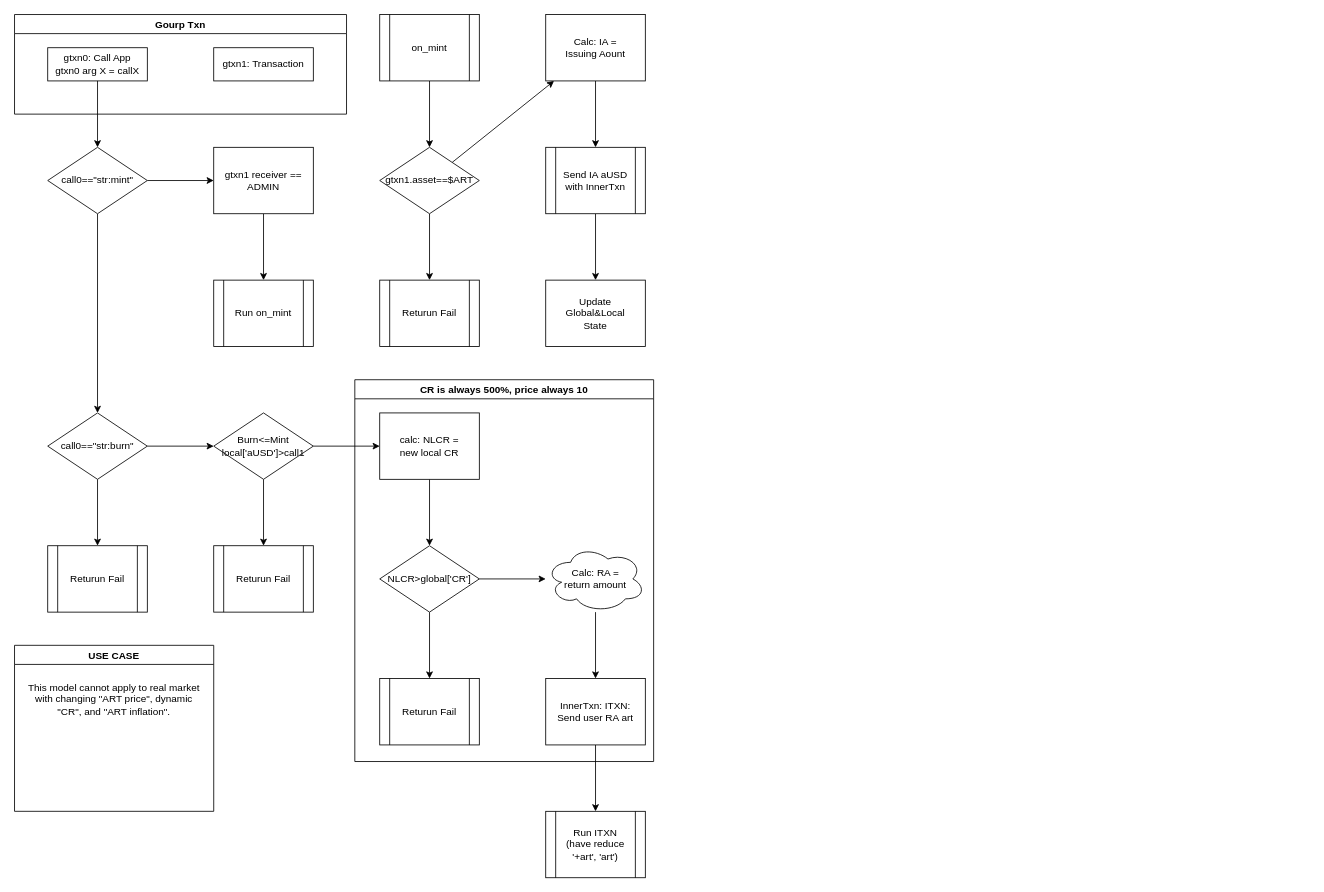
The draw.io diagram docs/algorand-art-mint-SC.drawio in Artcoin-Network/artificial-algorand-contract, before the edit. Source tidied: cells renumbered, new cells numbered last; positions are measured from the earlier drawing's top-left corner, leaving out a move shared by most shapes. Both pictures are drawn from the tidied source at 83%, with x=0, y=0 at pixel (14, 14).
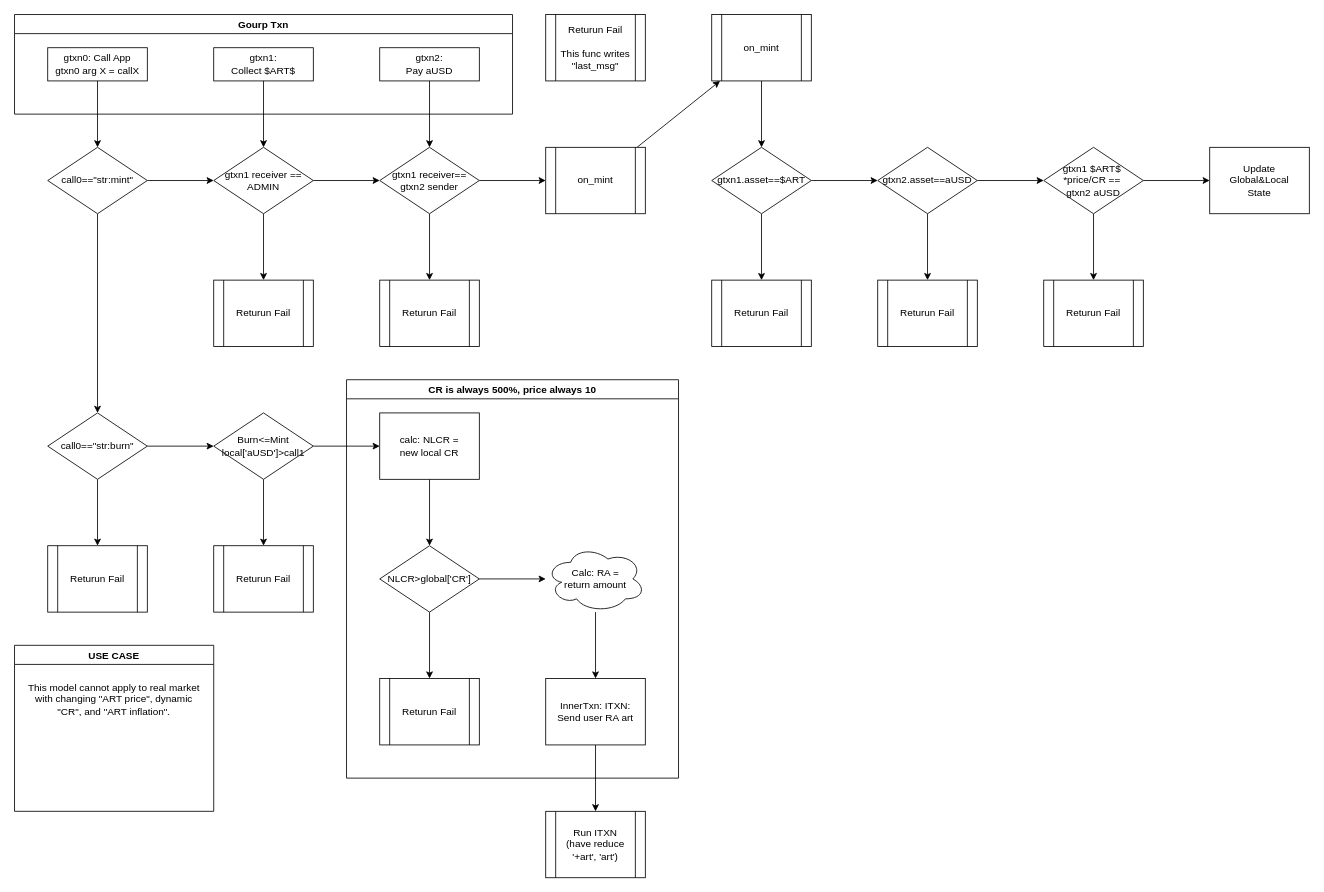
The same page after the edit.

Commit message:
docs: new CS design w/ 3 Txn

Diff of the diagram source:
```diff
@@
     <mxCell id="2" value="Gourp Txn" style="swimlane;" parent="1" vertex="1">
-      <mxGeometry width="400" height="120" as="geometry" />
+      <mxGeometry width="600" height="120" as="geometry" />
     </mxCell>
@@
-    <mxCell id="4" value="gtxn1: Transaction" style="rounded=0;whiteSpace=wrap;html=1;" parent="2" vertex="1">
+    <mxCell id="4" value="gtxn1:&lt;br&gt;Collect $ART$" style="rounded=0;whiteSpace=wrap;html=1;" parent="2" vertex="1">
       <mxGeometry x="240" y="40" width="120" height="40" as="geometry" />
     </mxCell>
+    <mxCell id="45" value="gtxn2:&lt;br&gt;Pay aUSD" style="rounded=0;whiteSpace=wrap;html=1;" parent="2" vertex="1">
+      <mxGeometry x="440" y="40" width="120" height="40" as="geometry" />
+    </mxCell>
@@
-    <mxCell id="12" value="Run on_mint" style="shape=process;whiteSpace=wrap;html=1;backgroundOutline=1;" parent="1" vertex="1">
+    <mxCell id="12" value="Returun Fail" style="shape=process;whiteSpace=wrap;html=1;backgroundOutline=1;" parent="1" vertex="1">
       <mxGeometry x="240" y="320" width="120" height="80" as="geometry" />
     </mxCell>
@@
     <mxCell id="31" value="CR is always 500%, price always 10" style="swimlane;" parent="1" vertex="1">
-      <mxGeometry x="410" y="440" width="360" height="460" as="geometry" />
+      <mxGeometry x="400" y="440" width="400" height="480" as="geometry" />
     </mxCell>
@@
     <mxCell id="33" value="on_mint" style="shape=process;whiteSpace=wrap;html=1;backgroundOutline=1;" parent="1" vertex="1">
-      <mxGeometry x="440" width="120" height="80" as="geometry" />
+      <mxGeometry x="840" width="120" height="80" as="geometry" />
     </mxCell>
-    <mxCell id="34" style="edgeStyle=none;html=1;" parent="1" edge="1" source="36" target="41">
-      <mxGeometry relative="1" as="geometry" />
-    </mxCell>
@@
+    <mxCell id="46" style="edgeStyle=none;html=1;" parent="1" edge="1" source="36" target="57">
+      <mxGeometry relative="1" as="geometry" />
+    </mxCell>
     <mxCell id="36" value="&lt;span&gt;gtxn1.asset==$ART&lt;/span&gt;" style="rhombus;whiteSpace=wrap;html=1;" parent="1" vertex="1">
-      <mxGeometry x="440" y="160" width="120" height="80" as="geometry" />
+      <mxGeometry x="840" y="160" width="120" height="80" as="geometry" />
     </mxCell>
     <mxCell id="37" value="Returun Fail" style="shape=process;whiteSpace=wrap;html=1;backgroundOutline=1;" parent="1" vertex="1">
-      <mxGeometry x="440" y="320" width="120" height="80" as="geometry" />
+      <mxGeometry x="840" y="320" width="120" height="80" as="geometry" />
     </mxCell>
-    <mxCell id="38" style="edgeStyle=none;html=1;" parent="1" edge="1" source="39" target="42">
-      <mxGeometry relative="1" as="geometry" />
-    </mxCell>
-    <mxCell id="39" value="Send IA aUSD with InnerTxn" style="shape=process;whiteSpace=wrap;html=1;backgroundOutline=1;" parent="1" vertex="1">
-      <mxGeometry x="640" y="160" width="120" height="80" as="geometry" />
-    </mxCell>
-    <mxCell id="40" style="edgeStyle=none;html=1;" parent="1" edge="1" source="41" target="39">
-      <mxGeometry relative="1" as="geometry" />
-    </mxCell>
-    <mxCell id="41" value="Calc: IA =&lt;br&gt;Issuing Aount" style="rounded=0;whiteSpace=wrap;html=1;" parent="1" vertex="1">
-      <mxGeometry x="640" width="120" height="80" as="geometry" />
-    </mxCell>
     <mxCell id="42" value="Update&lt;br&gt;Global&amp;amp;Local&lt;br&gt;State" style="rounded=0;whiteSpace=wrap;html=1;" parent="1" vertex="1">
-      <mxGeometry x="640" y="320" width="120" height="80" as="geometry" />
+      <mxGeometry x="1440" y="160" width="120" height="80" as="geometry" />
     </mxCell>
@@
+    <mxCell id="47" style="edgeStyle=none;html=1;" parent="1" edge="1" source="44" target="50">
+      <mxGeometry relative="1" as="geometry" />
+    </mxCell>
-    <mxCell id="44" value="gtxn1 receiver ==&lt;br&gt;ADMIN" style="rounded=0;whiteSpace=wrap;html=1;" parent="1" vertex="1">
+    <mxCell id="44" value="&lt;span&gt;gtxn1 receiver ==&lt;/span&gt;&lt;br&gt;&lt;span&gt;ADMIN&lt;/span&gt;" style="rhombus;whiteSpace=wrap;html=1;" parent="1" vertex="1">
       <mxGeometry x="240" y="160" width="120" height="80" as="geometry" />
     </mxCell>
+    <mxCell id="48" style="edgeStyle=none;html=1;" parent="1" edge="1" source="50" target="52">
+      <mxGeometry relative="1" as="geometry" />
+    </mxCell>
+    <mxCell id="49" style="edgeStyle=none;html=1;" parent="1" edge="1" source="50" target="54">
+      <mxGeometry relative="1" as="geometry" />
+    </mxCell>
+    <mxCell id="50" value="gtxn1 receiver==&lt;br&gt;gtxn2 sender" style="rhombus;whiteSpace=wrap;html=1;" parent="1" vertex="1">
+      <mxGeometry x="440" y="160" width="120" height="80" as="geometry" />
+    </mxCell>
+    <mxCell id="51" value="Returun Fail&lt;br&gt;&lt;br&gt;This func writes &quot;last_msg&quot;" style="shape=process;whiteSpace=wrap;html=1;backgroundOutline=1;" parent="1" vertex="1">
+      <mxGeometry x="640" width="120" height="80" as="geometry" />
+    </mxCell>
+    <mxCell id="52" value="Returun Fail" style="shape=process;whiteSpace=wrap;html=1;backgroundOutline=1;" parent="1" vertex="1">
+      <mxGeometry x="440" y="320" width="120" height="80" as="geometry" />
+    </mxCell>
+    <mxCell id="53" style="edgeStyle=none;html=1;" parent="1" edge="1" source="54" target="33">
+      <mxGeometry relative="1" as="geometry" />
+    </mxCell>
+    <mxCell id="54" value="on_mint" style="shape=process;whiteSpace=wrap;html=1;backgroundOutline=1;" parent="1" vertex="1">
+      <mxGeometry x="640" y="160" width="120" height="80" as="geometry" />
+    </mxCell>
+    <mxCell id="55" style="edgeStyle=none;html=1;" parent="1" edge="1" source="57" target="58">
+      <mxGeometry relative="1" as="geometry" />
+    </mxCell>
+    <mxCell id="56" style="edgeStyle=none;html=1;" parent="1" edge="1" source="57" target="61">
+      <mxGeometry relative="1" as="geometry" />
+    </mxCell>
+    <mxCell id="57" value="&lt;span&gt;gtxn2.asset==aUSD&lt;/span&gt;" style="rhombus;whiteSpace=wrap;html=1;" parent="1" vertex="1">
+      <mxGeometry x="1040" y="160" width="120" height="80" as="geometry" />
+    </mxCell>
+    <mxCell id="58" value="Returun Fail" style="shape=process;whiteSpace=wrap;html=1;backgroundOutline=1;" parent="1" vertex="1">
+      <mxGeometry x="1040" y="320" width="120" height="80" as="geometry" />
+    </mxCell>
+    <mxCell id="59" style="edgeStyle=none;html=1;" parent="1" edge="1" source="61" target="42">
+      <mxGeometry relative="1" as="geometry" />
+    </mxCell>
+    <mxCell id="60" style="edgeStyle=none;html=1;" parent="1" edge="1" source="61" target="62">
+      <mxGeometry relative="1" as="geometry" />
+    </mxCell>
+    <mxCell id="61" value="&lt;span&gt;gtxn1 $ART$&amp;nbsp;&lt;/span&gt;&lt;br&gt;&lt;span&gt;*price/CR ==&amp;nbsp;&lt;/span&gt;&lt;br&gt;&lt;span&gt;gtxn2 aUSD&lt;/span&gt;" style="rhombus;whiteSpace=wrap;html=1;" parent="1" vertex="1">
+      <mxGeometry x="1240" y="160" width="120" height="80" as="geometry" />
+    </mxCell>
+    <mxCell id="62" value="Returun Fail" style="shape=process;whiteSpace=wrap;html=1;backgroundOutline=1;" parent="1" vertex="1">
+      <mxGeometry x="1240" y="320" width="120" height="80" as="geometry" />
+    </mxCell>
+    <mxCell id="63" style="edgeStyle=none;html=1;" parent="1" edge="1" source="4" target="44">
+      <mxGeometry relative="1" as="geometry" />
+    </mxCell>
+    <mxCell id="64" style="edgeStyle=none;html=1;" parent="1" edge="1" source="45" target="50">
+      <mxGeometry relative="1" as="geometry" />
+    </mxCell>
```
